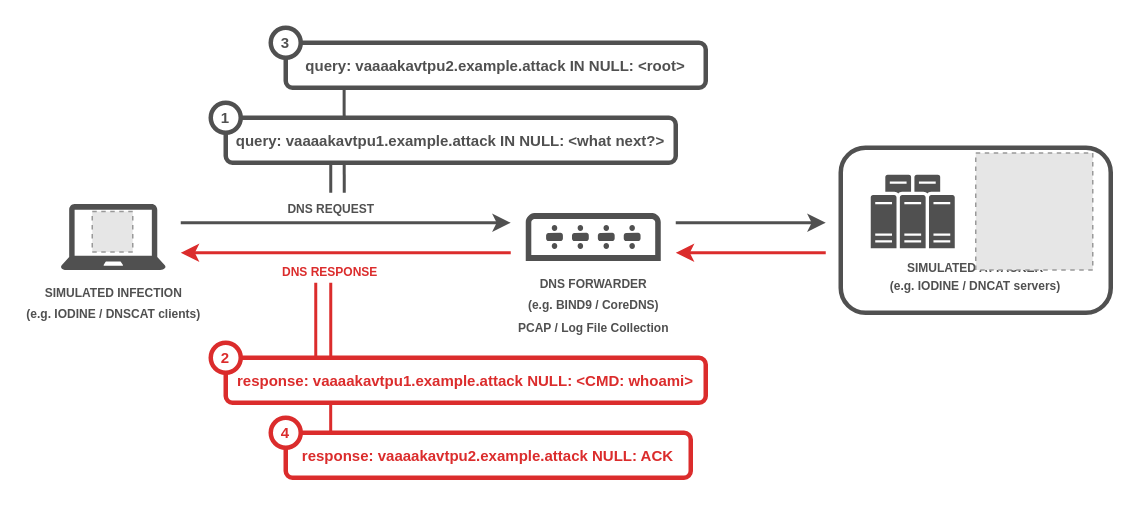
The draw.io diagram images/dns_tunnel_simulated.drawio in Korving-F/dns-tunnel-dataset, before the edit. Source tidied: cells renumbered, new cells numbered last; positions are measured from the earlier drawing's top-left corner, leaving out a move shared by most shapes. Both pictures are drawn from the tidied source at 150%, with x=0, y=0 at pixel (60, 27). Pictures stored in the file or linked from it are replaced by grey dashed boxes.
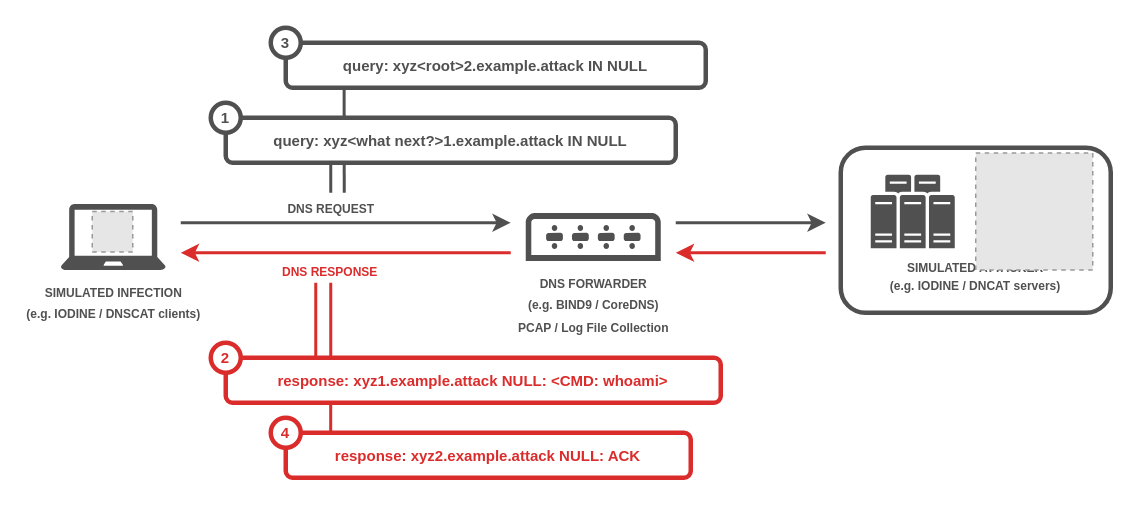
Above is the later version.

Change to the diagram source:
```diff
@@
-    <mxCell id="15" value="&lt;div style=&quot;font-size: 10px&quot; align=&quot;center&quot;&gt;&lt;font style=&quot;font-size: 10px&quot; face=&quot;Helvetica&quot;&gt;&lt;font style=&quot;font-size: 10px&quot; color=&quot;#505050&quot;&gt;&lt;b&gt;query: vaaaakavtpu1.example.attack IN NULL: &amp;lt;what next?&amp;gt;&lt;br&gt;&lt;/b&gt;&lt;/font&gt;&lt;/font&gt;&lt;/div&gt;" style="rounded=1;whiteSpace=wrap;html=1;strokeWidth=3;strokeColor=#505050;align=center;" parent="1" vertex="1">
+    <mxCell id="15" value="&lt;div style=&quot;font-size: 10px&quot; align=&quot;center&quot;&gt;&lt;font style=&quot;font-size: 10px&quot; face=&quot;Helvetica&quot;&gt;&lt;font style=&quot;font-size: 10px&quot; color=&quot;#505050&quot;&gt;&lt;b&gt;query: xyz&lt;/b&gt;&lt;/font&gt;&lt;/font&gt;&lt;font style=&quot;font-size: 10px&quot; face=&quot;Helvetica&quot;&gt;&lt;font style=&quot;font-size: 10px&quot; color=&quot;#505050&quot;&gt;&lt;b&gt;&lt;font style=&quot;font-size: 10px&quot; face=&quot;Helvetica&quot;&gt;&lt;font style=&quot;font-size: 10px&quot; color=&quot;#505050&quot;&gt;&lt;b&gt;&amp;lt;what next?&amp;gt;&lt;/b&gt;&lt;/font&gt;&lt;/font&gt;1.example.attack IN NULL&lt;br&gt;&lt;/b&gt;&lt;/font&gt;&lt;/font&gt;&lt;/div&gt;" style="rounded=1;whiteSpace=wrap;html=1;strokeWidth=3;strokeColor=#505050;align=center;" parent="1" vertex="1">
       <mxGeometry x="110" y="60" width="300" height="30" as="geometry" />
     </mxCell>
-    <mxCell id="16" value="&lt;div style=&quot;font-size: 10px&quot;&gt;&lt;font style=&quot;font-size: 10px&quot; face=&quot;Helvetica&quot; color=&quot;#DB2C2C&quot;&gt;&lt;b&gt;response: vaaaakavtpu1.example.attack&lt;/b&gt;&lt;/font&gt;&lt;font style=&quot;font-size: 10px&quot; face=&quot;Helvetica&quot; color=&quot;#DB2C2C&quot;&gt;&lt;b&gt;&lt;font style=&quot;font-size: 10px&quot;&gt; NULL: &amp;lt;CMD: whoami&amp;gt;&lt;/font&gt;&lt;/b&gt;&lt;/font&gt;&lt;/div&gt;" style="rounded=1;whiteSpace=wrap;html=1;strokeWidth=3;strokeColor=#DB2C2C;" parent="1" vertex="1">
-      <mxGeometry x="110" y="220" width="320" height="30" as="geometry" />
+    <mxCell id="16" value="&lt;div style=&quot;font-size: 10px&quot;&gt;&lt;font style=&quot;font-size: 10px&quot; face=&quot;Helvetica&quot; color=&quot;#DB2C2C&quot;&gt;&lt;b&gt;response: xyz1.example.attack&lt;/b&gt;&lt;/font&gt;&lt;font style=&quot;font-size: 10px&quot; face=&quot;Helvetica&quot; color=&quot;#DB2C2C&quot;&gt;&lt;b&gt;&lt;font style=&quot;font-size: 10px&quot;&gt; NULL: &amp;lt;CMD: whoami&amp;gt;&lt;/font&gt;&lt;/b&gt;&lt;/font&gt;&lt;/div&gt;" style="rounded=1;whiteSpace=wrap;html=1;strokeWidth=3;strokeColor=#DB2C2C;" parent="1" vertex="1">
+      <mxGeometry x="110" y="220" width="330" height="30" as="geometry" />
     </mxCell>
-    <mxCell id="17" value="&lt;div style=&quot;font-size: 10px&quot; align=&quot;center&quot;&gt;&lt;font style=&quot;font-size: 10px&quot; face=&quot;Helvetica&quot;&gt;&lt;font style=&quot;font-size: 10px&quot; color=&quot;#505050&quot;&gt;&lt;b&gt;query: vaaaakavtpu2.example.attack IN NULL: &amp;lt;root&amp;gt;&lt;/b&gt;&lt;/font&gt;&lt;/font&gt;&lt;/div&gt;" style="rounded=1;whiteSpace=wrap;html=1;strokeWidth=3;strokeColor=#505050;align=center;" parent="1" vertex="1">
+    <mxCell id="17" value="&lt;div style=&quot;font-size: 10px&quot; align=&quot;center&quot;&gt;&lt;font style=&quot;font-size: 10px&quot; face=&quot;Helvetica&quot;&gt;&lt;font style=&quot;font-size: 10px&quot; color=&quot;#505050&quot;&gt;&lt;b&gt;query: xyz&amp;lt;root&amp;gt;2.example.attack IN NULL&lt;/b&gt;&lt;/font&gt;&lt;/font&gt;&lt;/div&gt;" style="rounded=1;whiteSpace=wrap;html=1;strokeWidth=3;strokeColor=#505050;align=center;" parent="1" vertex="1">
       <mxGeometry x="150" y="10" width="280" height="30" as="geometry" />
     </mxCell>
@@
-    <mxCell id="24" value="&lt;div style=&quot;font-size: 10px&quot;&gt;&lt;font style=&quot;font-size: 10px&quot; face=&quot;Helvetica&quot; color=&quot;#DB2C2C&quot;&gt;&lt;b&gt;response: vaaaakavtpu2.example.attack&lt;/b&gt;&lt;/font&gt;&lt;font style=&quot;font-size: 10px&quot; face=&quot;Helvetica&quot; color=&quot;#DB2C2C&quot;&gt;&lt;b&gt;&lt;font style=&quot;font-size: 10px&quot;&gt; NULL: ACK&lt;/font&gt;&lt;/b&gt;&lt;/font&gt;&lt;/div&gt;" style="rounded=1;whiteSpace=wrap;html=1;strokeWidth=3;strokeColor=#DB2C2C;" parent="1" vertex="1">
+    <mxCell id="24" value="&lt;div style=&quot;font-size: 10px&quot;&gt;&lt;font style=&quot;font-size: 10px&quot; face=&quot;Helvetica&quot; color=&quot;#DB2C2C&quot;&gt;&lt;b&gt;response: xyz2.example.attack&lt;/b&gt;&lt;/font&gt;&lt;font style=&quot;font-size: 10px&quot; face=&quot;Helvetica&quot; color=&quot;#DB2C2C&quot;&gt;&lt;b&gt;&lt;font style=&quot;font-size: 10px&quot;&gt; NULL: ACK&lt;/font&gt;&lt;/b&gt;&lt;/font&gt;&lt;/div&gt;" style="rounded=1;whiteSpace=wrap;html=1;strokeWidth=3;strokeColor=#DB2C2C;" parent="1" vertex="1">
       <mxGeometry x="150" y="270" width="270" height="30" as="geometry" />
     </mxCell>
```
